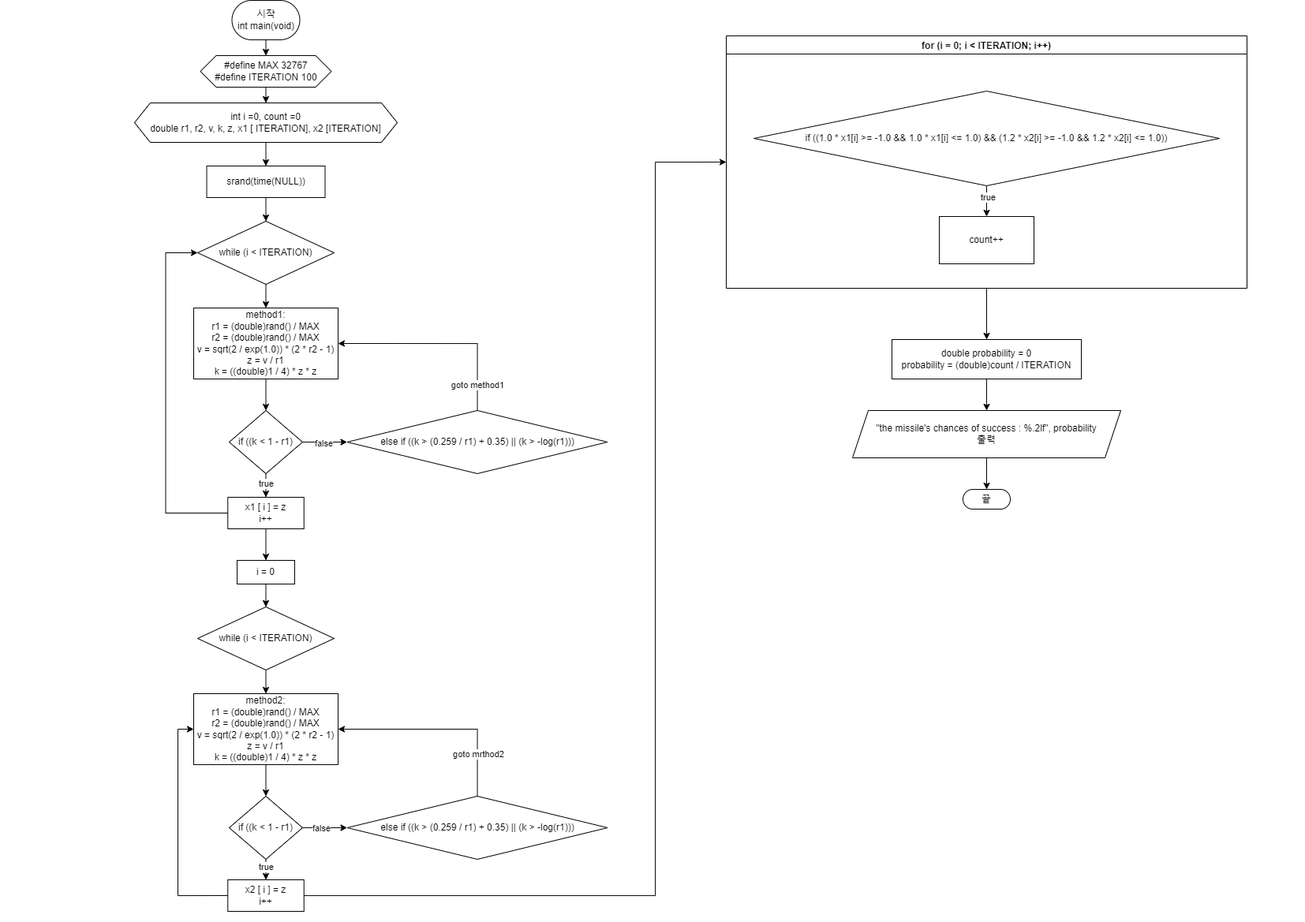
The draw.io diagram assignment.2/project#2-5/project.2-5_Flowchart.drawio.png in teuria/Engineering-computer-programming-CJU, before a commit. Source tidied: cells renumbered, new cells last; positions are measured from the earlier drawing's top-left corner, leaving out a move shared by most shapes. Its diagram source:
```xml
<mxGraphModel>
  <root>
    <mxCell id="0" />
    <mxCell id="1" parent="0" />
    <mxCell id="2" style="edgeStyle=orthogonalEdgeStyle;rounded=0;jettySize=auto;html=1;exitX=0.5;exitY=1;exitDx=0;exitDy=0;entryX=0.5;entryY=0;entryDx=0;entryDy=0;" parent="1" edge="1" source="3" target="5">
      <mxGeometry relative="1" as="geometry" />
    </mxCell>
    <mxCell id="3" value="시작&lt;br&gt;int main(void)" style="rounded=1;whiteSpace=wrap;html=1;arcSize=50;" parent="1" vertex="1">
      <mxGeometry x="123.5" width="86" height="50" as="geometry" />
    </mxCell>
    <mxCell id="4" style="edgeStyle=orthogonalEdgeStyle;rounded=0;jettySize=auto;html=1;exitX=0.5;exitY=1;exitDx=0;exitDy=0;entryX=0.5;entryY=0;entryDx=0;entryDy=0;" parent="1" edge="1" source="5" target="7">
      <mxGeometry relative="1" as="geometry" />
    </mxCell>
    <mxCell id="5" value="#define MAX 32767&lt;br&gt;#define ITERATION 100" style="shape=hexagon;perimeter=hexagonPerimeter2;whiteSpace=wrap;html=1;fixedSize=1;" parent="1" vertex="1">
      <mxGeometry x="83.5" y="70" width="166" height="40" as="geometry" />
    </mxCell>
    <mxCell id="6" style="edgeStyle=orthogonalEdgeStyle;rounded=0;jettySize=auto;html=1;exitX=0.5;exitY=1;exitDx=0;exitDy=0;entryX=0.5;entryY=0;entryDx=0;entryDy=0;" parent="1" edge="1" source="7" target="13">
      <mxGeometry relative="1" as="geometry" />
    </mxCell>
    <mxCell id="7" value="int i =0, count =0&lt;br&gt;double r1, r2, v, k, z, x1 [ ITERATION], x2 [ITERATION]" style="shape=hexagon;perimeter=hexagonPerimeter2;whiteSpace=wrap;html=1;fixedSize=1;" parent="1" vertex="1">
      <mxGeometry y="130" width="333" height="50" as="geometry" />
    </mxCell>
    <mxCell id="8" style="edgeStyle=orthogonalEdgeStyle;rounded=0;jettySize=auto;html=1;exitX=0.5;exitY=1;exitDx=0;exitDy=0;entryX=0.5;entryY=0;entryDx=0;entryDy=0;" parent="1" edge="1" source="9" target="11">
      <mxGeometry relative="1" as="geometry" />
    </mxCell>
    <mxCell id="9" value="while (i &amp;lt; ITERATION)" style="rhombus;whiteSpace=wrap;html=1;" parent="1" vertex="1">
      <mxGeometry x="80" y="280" width="173" height="80" as="geometry" />
    </mxCell>
    <mxCell id="10" style="edgeStyle=orthogonalEdgeStyle;rounded=0;jettySize=auto;html=1;exitX=0.5;exitY=1;exitDx=0;exitDy=0;entryX=0.5;entryY=0;entryDx=0;entryDy=0;" parent="1" edge="1" source="11" target="18">
      <mxGeometry relative="1" as="geometry" />
    </mxCell>
    <mxCell id="11" value="method1:&lt;br&gt;r1 = (double)rand() / MAX&lt;br&gt;r2 = (double)rand() / MAX&lt;br&gt;v = sqrt(2 / exp(1.0)) * (2 * r2 - 1)&lt;br&gt;z = v / r1&lt;br&gt;k = ((double)1 / 4) * z * z" style="rounded=0;whiteSpace=wrap;html=1;" parent="1" vertex="1">
      <mxGeometry x="75" y="390" width="183" height="90" as="geometry" />
    </mxCell>
    <mxCell id="12" style="edgeStyle=orthogonalEdgeStyle;rounded=0;jettySize=auto;html=1;exitX=0.5;exitY=1;exitDx=0;exitDy=0;entryX=0.5;entryY=0;entryDx=0;entryDy=0;" parent="1" edge="1" source="13" target="9">
      <mxGeometry relative="1" as="geometry" />
    </mxCell>
    <mxCell id="13" value="srand(time(NULL))" style="rounded=0;whiteSpace=wrap;html=1;" parent="1" vertex="1">
      <mxGeometry x="91.5" y="210" width="150" height="40" as="geometry" />
    </mxCell>
    <mxCell id="14" style="edgeStyle=orthogonalEdgeStyle;rounded=0;jettySize=auto;html=1;exitX=0.5;exitY=1;exitDx=0;exitDy=0;entryX=0.5;entryY=0;entryDx=0;entryDy=0;" parent="1" edge="1" source="18" target="21">
      <mxGeometry relative="1" as="geometry" />
    </mxCell>
    <mxCell id="15" value="true" style="edgeLabel;html=1;align=center;verticalAlign=middle;" parent="14" vertex="1">
      <mxGeometry x="-0.21" relative="1" as="geometry" />
    </mxCell>
    <mxCell id="16" style="edgeStyle=orthogonalEdgeStyle;rounded=0;jettySize=auto;html=1;exitX=1;exitY=0.5;exitDx=0;exitDy=0;entryX=0;entryY=0.5;entryDx=0;entryDy=0;" parent="1" edge="1" source="18" target="24">
      <mxGeometry relative="1" as="geometry" />
    </mxCell>
    <mxCell id="17" value="false" style="edgeLabel;html=1;align=center;verticalAlign=middle;" parent="16" vertex="1">
      <mxGeometry x="-0.09" y="-1" relative="1" as="geometry" />
    </mxCell>
    <mxCell id="18" value="if ((k &amp;lt; 1 - r1)" style="rhombus;whiteSpace=wrap;html=1;" parent="1" vertex="1">
      <mxGeometry x="120" y="520" width="93" height="80" as="geometry" />
    </mxCell>
    <mxCell id="19" style="edgeStyle=orthogonalEdgeStyle;rounded=0;jettySize=auto;html=1;entryX=0;entryY=0.5;entryDx=0;entryDy=0;" parent="1" edge="1" source="21" target="9">
      <mxGeometry relative="1" as="geometry">
        <Array as="points">
          <mxPoint x="39.5" y="650" />
          <mxPoint x="39.5" y="320" />
        </Array>
      </mxGeometry>
    </mxCell>
    <mxCell id="20" style="edgeStyle=orthogonalEdgeStyle;rounded=0;jettySize=auto;html=1;exitX=0.5;exitY=1;exitDx=0;exitDy=0;entryX=0.5;entryY=0;entryDx=0;entryDy=0;" parent="1" edge="1" source="21" target="26">
      <mxGeometry relative="1" as="geometry" />
    </mxCell>
    <mxCell id="21" value="x1 [ i ] = z&lt;br&gt;i++" style="rounded=0;whiteSpace=wrap;html=1;" parent="1" vertex="1">
      <mxGeometry x="118.2" y="630" width="96.5" height="40" as="geometry" />
    </mxCell>
    <mxCell id="22" style="edgeStyle=orthogonalEdgeStyle;rounded=0;jettySize=auto;html=1;entryX=1;entryY=0.5;entryDx=0;entryDy=0;" parent="1" edge="1" source="24" target="11">
      <mxGeometry relative="1" as="geometry">
        <Array as="points">
          <mxPoint x="434.5" y="435" />
        </Array>
      </mxGeometry>
    </mxCell>
    <mxCell id="23" value="goto method1" style="edgeLabel;html=1;align=center;verticalAlign=middle;" parent="22" vertex="1">
      <mxGeometry x="-0.75" relative="1" as="geometry" />
    </mxCell>
    <mxCell id="24" value="else if ((k &amp;gt; (0.259 / r1) + 0.35) || (k &amp;gt; -log(r1)))" style="rhombus;whiteSpace=wrap;html=1;" parent="1" vertex="1">
      <mxGeometry x="269.5" y="520" width="330" height="80" as="geometry" />
    </mxCell>
    <mxCell id="25" style="edgeStyle=orthogonalEdgeStyle;rounded=0;jettySize=auto;html=1;exitX=0.5;exitY=1;exitDx=0;exitDy=0;entryX=0.5;entryY=0;entryDx=0;entryDy=0;" parent="1" edge="1" source="26" target="28">
      <mxGeometry relative="1" as="geometry" />
    </mxCell>
    <mxCell id="26" value="i = 0" style="rounded=0;whiteSpace=wrap;html=1;" parent="1" vertex="1">
      <mxGeometry x="130" y="710" width="73" height="30" as="geometry" />
    </mxCell>
    <mxCell id="27" style="edgeStyle=orthogonalEdgeStyle;rounded=0;jettySize=auto;html=1;exitX=0.5;exitY=1;exitDx=0;exitDy=0;entryX=0.5;entryY=0;entryDx=0;entryDy=0;" parent="1" edge="1" source="28" target="30">
      <mxGeometry relative="1" as="geometry" />
    </mxCell>
    <mxCell id="28" value="while (i &amp;lt; ITERATION)" style="rhombus;whiteSpace=wrap;html=1;" parent="1" vertex="1">
      <mxGeometry x="80" y="769" width="173" height="80" as="geometry" />
    </mxCell>
    <mxCell id="29" style="edgeStyle=orthogonalEdgeStyle;rounded=0;jettySize=auto;html=1;exitX=0.5;exitY=1;exitDx=0;exitDy=0;entryX=0.5;entryY=0;entryDx=0;entryDy=0;" parent="1" edge="1" source="30" target="35">
      <mxGeometry relative="1" as="geometry" />
    </mxCell>
    <mxCell id="30" value="method2:&lt;br&gt;r1 = (double)rand() / MAX&lt;br&gt;r2 = (double)rand() / MAX&lt;br&gt;v = sqrt(2 / exp(1.0)) * (2 * r2 - 1)&lt;br&gt;z = v / r1&lt;br&gt;k = ((double)1 / 4) * z * z" style="rounded=0;whiteSpace=wrap;html=1;" parent="1" vertex="1">
      <mxGeometry x="75" y="879" width="183" height="90" as="geometry" />
    </mxCell>
    <mxCell id="31" style="edgeStyle=orthogonalEdgeStyle;rounded=0;jettySize=auto;html=1;exitX=1;exitY=0.5;exitDx=0;exitDy=0;entryX=0;entryY=0.5;entryDx=0;entryDy=0;" parent="1" edge="1" source="35" target="41">
      <mxGeometry relative="1" as="geometry" />
    </mxCell>
    <mxCell id="32" value="false" style="edgeLabel;html=1;align=center;verticalAlign=middle;" parent="31" vertex="1">
      <mxGeometry x="-0.2" relative="1" as="geometry" />
    </mxCell>
    <mxCell id="33" style="edgeStyle=orthogonalEdgeStyle;rounded=0;jettySize=auto;html=1;exitX=0.5;exitY=1;exitDx=0;exitDy=0;entryX=0.5;entryY=0;entryDx=0;entryDy=0;" parent="1" edge="1" source="35" target="38">
      <mxGeometry relative="1" as="geometry" />
    </mxCell>
    <mxCell id="34" value="true" style="edgeLabel;html=1;align=center;verticalAlign=middle;" parent="33" vertex="1">
      <mxGeometry x="-0.3" relative="1" as="geometry" />
    </mxCell>
    <mxCell id="35" value="if ((k &amp;lt; 1 - r1)" style="rhombus;whiteSpace=wrap;html=1;" parent="1" vertex="1">
      <mxGeometry x="120" y="1009" width="93" height="80" as="geometry" />
    </mxCell>
    <mxCell id="36" style="edgeStyle=orthogonalEdgeStyle;rounded=0;jettySize=auto;html=1;exitX=0;exitY=0.5;exitDx=0;exitDy=0;entryX=0;entryY=0.5;entryDx=0;entryDy=0;" parent="1" edge="1" source="38" target="30">
      <mxGeometry relative="1" as="geometry" />
    </mxCell>
    <mxCell id="37" style="edgeStyle=orthogonalEdgeStyle;rounded=0;jettySize=auto;html=1;entryX=0;entryY=0.5;entryDx=0;entryDy=0;" parent="1" edge="1" source="38" target="43">
      <mxGeometry relative="1" as="geometry">
        <Array as="points">
          <mxPoint x="660" y="1135" />
          <mxPoint x="660" y="205" />
        </Array>
      </mxGeometry>
    </mxCell>
    <mxCell id="38" value="x2 [ i ] = z&lt;br&gt;i++" style="rounded=0;whiteSpace=wrap;html=1;" parent="1" vertex="1">
      <mxGeometry x="118.2" y="1115" width="96.5" height="40" as="geometry" />
    </mxCell>
    <mxCell id="39" style="edgeStyle=orthogonalEdgeStyle;rounded=0;jettySize=auto;html=1;entryX=1;entryY=0.5;entryDx=0;entryDy=0;" parent="1" edge="1" source="41" target="30">
      <mxGeometry relative="1" as="geometry">
        <Array as="points">
          <mxPoint x="434.5" y="924" />
        </Array>
      </mxGeometry>
    </mxCell>
    <mxCell id="40" value="goto mrthod2" style="edgeLabel;html=1;align=center;verticalAlign=middle;" parent="39" vertex="1">
      <mxGeometry x="-0.59" y="-1" relative="1" as="geometry" />
    </mxCell>
    <mxCell id="41" value="else if ((k &amp;gt; (0.259 / r1) + 0.35) || (k &amp;gt; -log(r1)))" style="rhombus;whiteSpace=wrap;html=1;" parent="1" vertex="1">
      <mxGeometry x="269.5" y="1009" width="330" height="80" as="geometry" />
    </mxCell>
    <mxCell id="42" style="edgeStyle=orthogonalEdgeStyle;rounded=0;jettySize=auto;html=1;exitX=0.5;exitY=1;exitDx=0;exitDy=0;entryX=0.5;entryY=0;entryDx=0;entryDy=0;" parent="1" edge="1" source="43" target="49">
      <mxGeometry relative="1" as="geometry" />
    </mxCell>
    <mxCell id="43" value="for (i = 0; i &lt; ITERATION; i++)" style="swimlane;" parent="1" vertex="1">
      <mxGeometry x="750" y="45" width="660" height="320" as="geometry" />
    </mxCell>
    <mxCell id="44" style="edgeStyle=orthogonalEdgeStyle;rounded=0;jettySize=auto;html=1;exitX=0.5;exitY=1;exitDx=0;exitDy=0;entryX=0.5;entryY=0;entryDx=0;entryDy=0;" parent="43" edge="1" source="46" target="47">
      <mxGeometry relative="1" as="geometry" />
    </mxCell>
    <mxCell id="45" value="true" style="edgeLabel;html=1;align=center;verticalAlign=middle;" parent="44" vertex="1">
      <mxGeometry x="-0.32" y="1" relative="1" as="geometry" />
    </mxCell>
    <mxCell id="46" value="if ((1.0 * x1[i] &amp;gt;= -1.0 &amp;amp;&amp;amp; 1.0 * x1[i] &amp;lt;= 1.0) &amp;amp;&amp;amp; (1.2 * x2[i] &amp;gt;= -1.0 &amp;amp;&amp;amp; 1.2 * x2[i] &amp;lt;= 1.0))" style="rhombus;whiteSpace=wrap;html=1;" parent="43" vertex="1">
      <mxGeometry x="35" y="70" width="590" height="120" as="geometry" />
    </mxCell>
    <mxCell id="47" value="count++" style="rounded=0;whiteSpace=wrap;html=1;" parent="43" vertex="1">
      <mxGeometry x="270" y="229" width="120" height="60" as="geometry" />
    </mxCell>
    <mxCell id="48" style="edgeStyle=orthogonalEdgeStyle;rounded=0;jettySize=auto;html=1;exitX=0.5;exitY=1;exitDx=0;exitDy=0;entryX=0.5;entryY=0;entryDx=0;entryDy=0;" parent="1" edge="1" source="49" target="51">
      <mxGeometry relative="1" as="geometry" />
    </mxCell>
    <mxCell id="49" value="double&amp;nbsp;probability = 0&lt;br&gt;probability = (double)count / ITERATION" style="rounded=0;whiteSpace=wrap;html=1;" parent="1" vertex="1">
      <mxGeometry x="960" y="430" width="240" height="50" as="geometry" />
    </mxCell>
    <mxCell id="50" style="edgeStyle=orthogonalEdgeStyle;rounded=0;jettySize=auto;html=1;exitX=0.5;exitY=1;exitDx=0;exitDy=0;entryX=0.5;entryY=0;entryDx=0;entryDy=0;" parent="1" edge="1" source="51" target="52">
      <mxGeometry relative="1" as="geometry" />
    </mxCell>
    <mxCell id="51" value="&quot;the missile's chances of success : %.2lf&quot;, probability&lt;br&gt;출력" style="shape=parallelogram;perimeter=parallelogramPerimeter;whiteSpace=wrap;html=1;fixedSize=1;" parent="1" vertex="1">
      <mxGeometry x="910" y="520" width="340" height="60" as="geometry" />
    </mxCell>
    <mxCell id="52" value="끝" style="rounded=1;whiteSpace=wrap;html=1;arcSize=50;" parent="1" vertex="1">
      <mxGeometry x="1050" y="620" width="60" height="25" as="geometry" />
    </mxCell>
  </root>
</mxGraphModel>
```
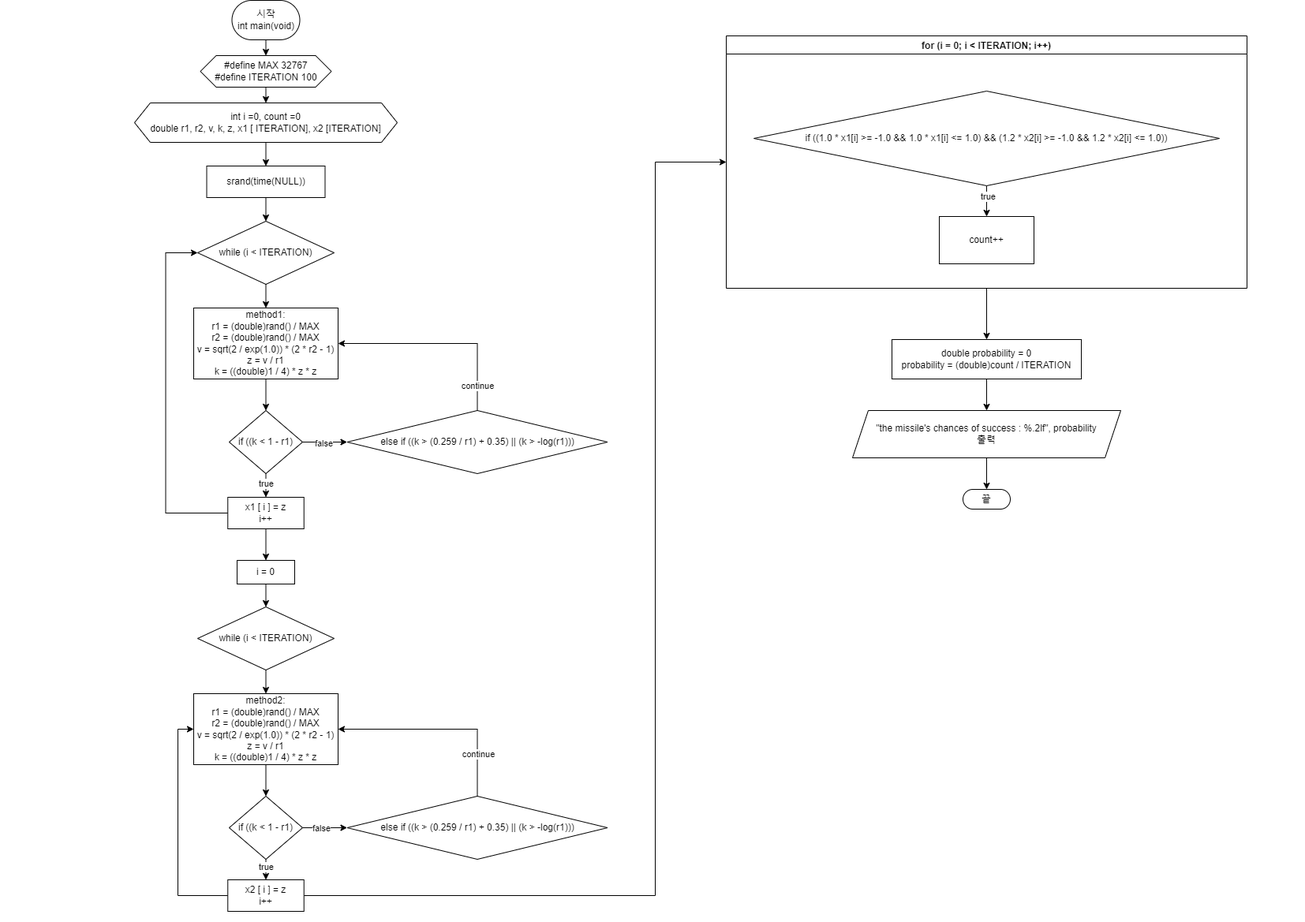
Later version of the same file.

The edit, as a diff of the source:
```diff
@@ -74,7 +74,7 @@
         </Array>
       </mxGeometry>
     </mxCell>
-    <mxCell id="23" value="goto method1" style="edgeLabel;html=1;align=center;verticalAlign=middle;" parent="22" vertex="1">
+    <mxCell id="23" value="continue" style="edgeLabel;html=1;align=center;verticalAlign=middle;" parent="22" vertex="1">
       <mxGeometry x="-0.75" relative="1" as="geometry" />
     </mxCell>
     <mxCell id="24" value="else if ((k &amp;gt; (0.259 / r1) + 0.35) || (k &amp;gt; -log(r1)))" style="rhombus;whiteSpace=wrap;html=1;" parent="1" vertex="1">
@@ -134,7 +134,7 @@
         </Array>
       </mxGeometry>
     </mxCell>
-    <mxCell id="40" value="goto mrthod2" style="edgeLabel;html=1;align=center;verticalAlign=middle;" parent="39" vertex="1">
+    <mxCell id="40" value="continue" style="edgeLabel;html=1;align=center;verticalAlign=middle;" parent="39" vertex="1">
       <mxGeometry x="-0.59" y="-1" relative="1" as="geometry" />
     </mxCell>
     <mxCell id="41" value="else if ((k &amp;gt; (0.259 / r1) + 0.35) || (k &amp;gt; -log(r1)))" style="rhombus;whiteSpace=wrap;html=1;" parent="1" vertex="1">
```
